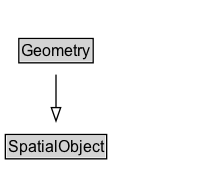
This is docs/diagrams/Geometry.dot.png from ISO-TC204/ontology-import-geo, a Graphviz export, as it was before one commit. Its source is kept beside it as docs/diagrams/Geometry.dot. Source of this version:
```dot
digraph {
	graph [overlap=false rankdir=TB splines=true]
	node [fontname=Arial fontsize=12 margin=0 shape=none]
	edge [fontname=Arial fontsize=11]
	Geometry [label=<<TABLE BORDER="1" CELLBORDER="0" CELLSPACING="0" CELLPADDING="1"><TR><TD BGCOLOR="lightgray" ALIGN="CENTER">Geometry</TD></TR></TABLE>> URL="../Geometry" margin=0]
	{
		rank=max
	}
	subgraph cluster_associated {
		label="" style=invis
		Invis [label=<<TABLE BORDER="0" CELLBORDER="0" CELLSPACING="0" CELLPADDING="1"><TR><TD></TD></TR></TABLE>> margin=0 style=invis]
	}
	SpatialObject [label=<<TABLE BORDER="1" CELLBORDER="0" CELLSPACING="0" CELLPADDING="1"><TR><TD BGCOLOR="lightgray" ALIGN="CENTER">SpatialObject</TD></TR></TABLE>> URL="../SpatialObject" margin=0]
	Geometry -> SpatialObject [arrowhead=onormal style=solid]
}
```
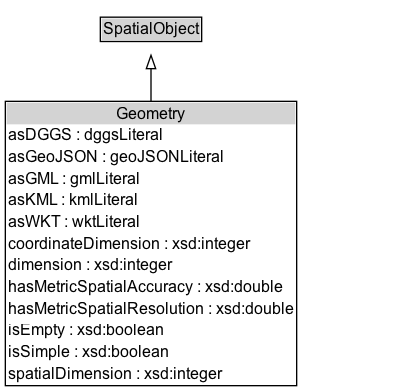
After the commit.

What changed in the source:
```diff
@@ -2,7 +2,11 @@
 	graph [overlap=false rankdir=TB splines=true]
 	node [fontname=Arial fontsize=12 margin=0 shape=none]
 	edge [fontname=Arial fontsize=11]
-	Geometry [label=<<TABLE BORDER="1" CELLBORDER="0" CELLSPACING="0" CELLPADDING="1"><TR><TD BGCOLOR="lightgray" ALIGN="CENTER">Geometry</TD></TR></TABLE>> URL="../Geometry" margin=0]
+	{
+		rank=source
+		SpatialObject [label=<<TABLE BORDER="1" CELLBORDER="0" CELLSPACING="0" CELLPADDING="1"><TR><TD BGCOLOR="lightgray" ALIGN="CENTER">SpatialObject</TD></TR></TABLE>> URL="../SpatialObject" margin=0]
+	}
+	Geometry [label=<<TABLE BORDER="1" CELLBORDER="0" CELLSPACING="0" CELLPADDING="1"><TR><TD BGCOLOR="lightgray" ALIGN="CENTER">Geometry</TD></TR><TR><TD ALIGN="LEFT">asDGGS : dggsLiteral</TD></TR><TR><TD ALIGN="LEFT">asGeoJSON : geoJSONLiteral</TD></TR><TR><TD ALIGN="LEFT">asGML : gmlLiteral</TD></TR><TR><TD ALIGN="LEFT">asKML : kmlLiteral</TD></TR><TR><TD ALIGN="LEFT">asWKT : wktLiteral</TD></TR><TR><TD ALIGN="LEFT">coordinateDimension : xsd:integer</TD></TR><TR><TD ALIGN="LEFT">dimension : xsd:integer</TD></TR><TR><TD ALIGN="LEFT">hasMetricSpatialAccuracy : xsd:double</TD></TR><TR><TD ALIGN="LEFT">hasMetricSpatialResolution : xsd:double</TD></TR><TR><TD ALIGN="LEFT">isEmpty : xsd:boolean</TD></TR><TR><TD ALIGN="LEFT">isSimple : xsd:boolean</TD></TR><TR><TD ALIGN="LEFT">spatialDimension : xsd:integer</TD></TR></TABLE>> URL="../Geometry" margin=0]
 	{
 		rank=max
 	}
@@ -10,6 +14,5 @@
 		label="" style=invis
 		Invis [label=<<TABLE BORDER="0" CELLBORDER="0" CELLSPACING="0" CELLPADDING="1"><TR><TD></TD></TR></TABLE>> margin=0 style=invis]
 	}
-	SpatialObject [label=<<TABLE BORDER="1" CELLBORDER="0" CELLSPACING="0" CELLPADDING="1"><TR><TD BGCOLOR="lightgray" ALIGN="CENTER">SpatialObject</TD></TR></TABLE>> URL="../SpatialObject" margin=0]
 	Geometry -> SpatialObject [arrowhead=onormal style=solid]
 }
```
